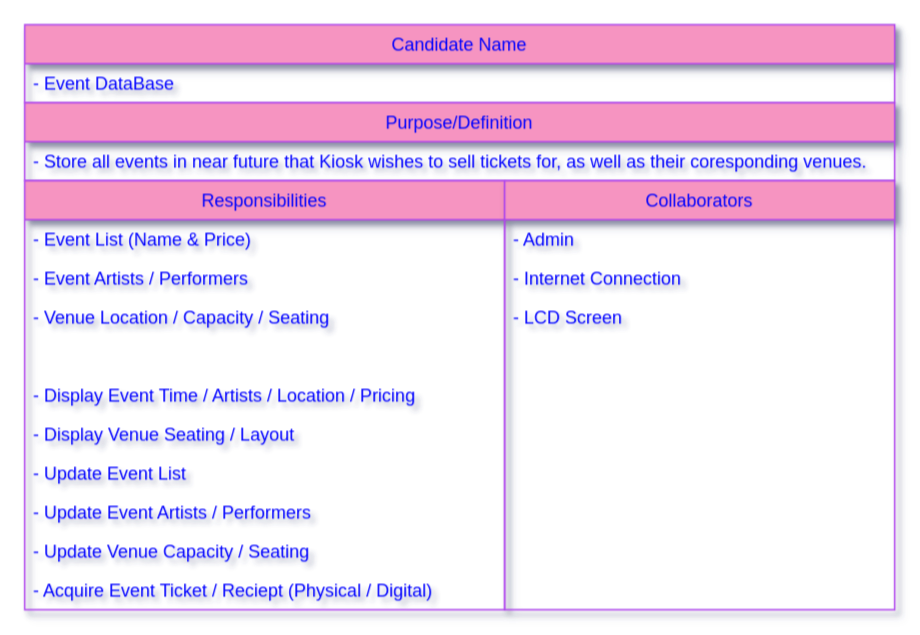
Earlier version of the draw.io diagram CSC382-Software_Engineering/HW/HW3/hw3.3.5.drawio (casonk/university-coursework). Source tidied: cells renumbered, new cells numbered last; positions are measured from the earlier drawing's top-left corner, leaving out a move shared by most shapes. Both pictures are drawn from the tidied source at 150%, with x=0, y=0 at pixel (24, 24).
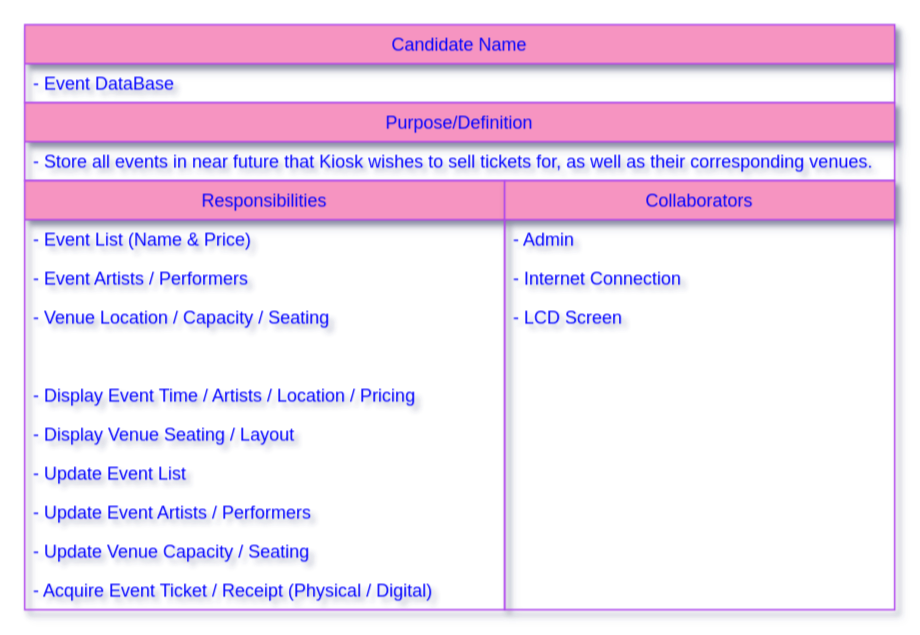
Above is the later version.

The change refers to these unchanged cells:
```xml
<mxCell id="4" value="Purpose/Definition" style="swimlane;fontStyle=0;horizontal=1;startSize=26;rounded=0;sketch=0;strokeColor=#AF45ED;fillColor=#F694C1;fontColor=#0000FF;shadow=1;" parent="1" vertex="1">
  <mxGeometry y="52" width="580" height="52" as="geometry" />
</mxCell>
<mxCell id="6" value="Responsibilities" style="swimlane;fontStyle=0;horizontal=1;startSize=26;rounded=0;sketch=0;strokeColor=#AF45ED;fillColor=#F694C1;fontColor=#0000FF;shadow=1;" parent="1" vertex="1">
  <mxGeometry y="104" width="320" height="286" as="geometry" />
</mxCell>
```

Change to the diagram source:
```diff
@@
-    <mxCell id="5" value="- Store all events in near future that Kiosk wishes to sell tickets for, as well as their coresponding venues." style="text;strokeColor=none;fillColor=none;align=left;verticalAlign=top;spacingLeft=4;spacingRight=4;overflow=hidden;fontColor=#0000FF;shadow=1;" parent="4" vertex="1">
+    <mxCell id="5" value="- Store all events in near future that Kiosk wishes to sell tickets for, as well as their corresponding venues." style="text;strokeColor=none;fillColor=none;align=left;verticalAlign=top;spacingLeft=4;spacingRight=4;overflow=hidden;fontColor=#0000FF;shadow=1;" parent="4" vertex="1">
       <mxGeometry y="26" width="580" height="26" as="geometry" />
     </mxCell>
@@
-    <mxCell id="16" value="- Acquire Event Ticket / Reciept (Physical / Digital)" style="text;strokeColor=none;fillColor=none;align=left;verticalAlign=top;spacingLeft=4;spacingRight=4;overflow=hidden;fontColor=#0000FF;shadow=1;" parent="6" vertex="1">
+    <mxCell id="16" value="- Acquire Event Ticket / Receipt (Physical / Digital)" style="text;strokeColor=none;fillColor=none;align=left;verticalAlign=top;spacingLeft=4;spacingRight=4;overflow=hidden;fontColor=#0000FF;shadow=1;" parent="6" vertex="1">
       <mxGeometry y="260" width="320" height="26" as="geometry" />
     </mxCell>
```
